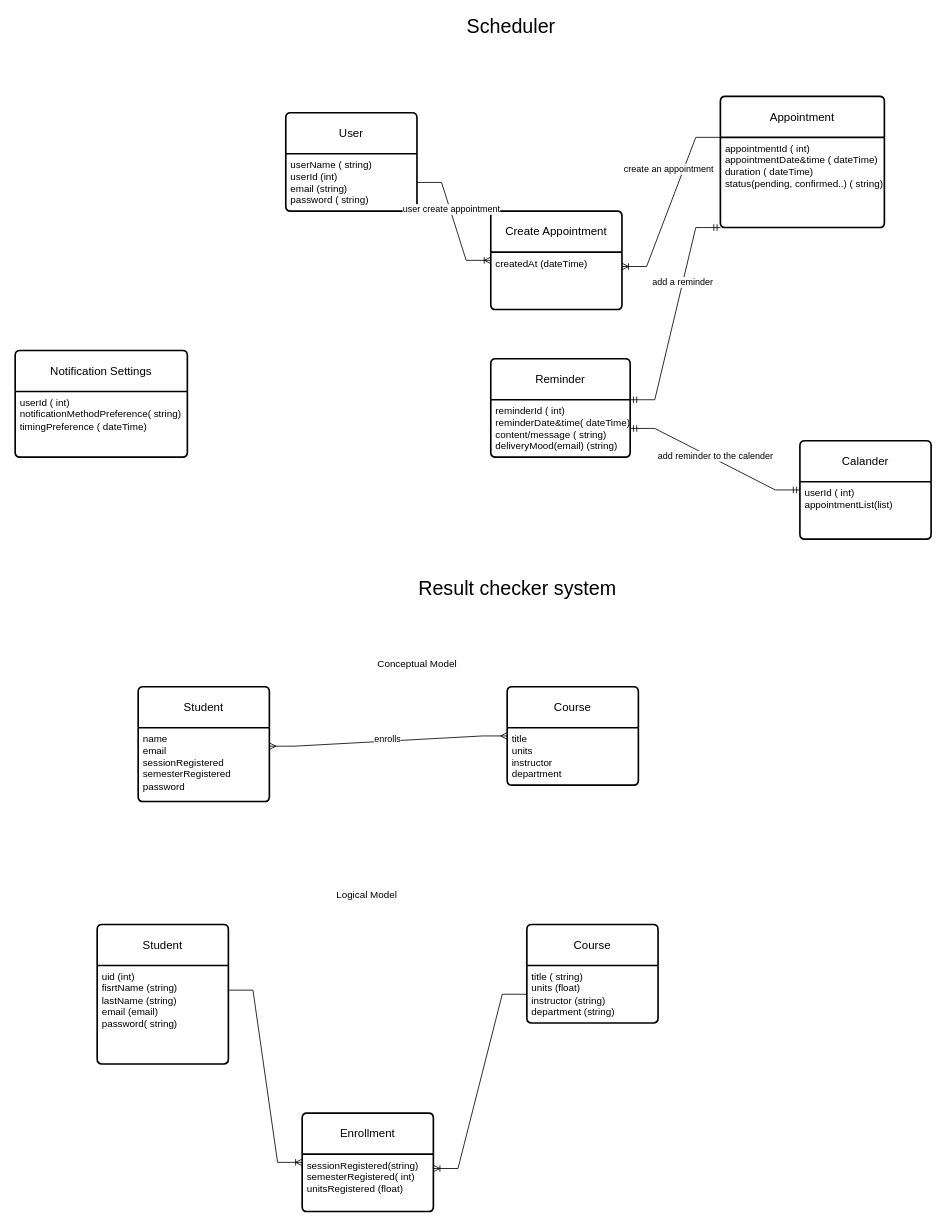
This is scheduler.drawio from mosnyik/scheduler, a draw.io file, before an edit. Source tidied: cells renumbered, new cells numbered last; positions are measured from the earlier drawing's top-left corner, leaving out a move shared by most shapes. Both pictures are drawn from the tidied source at 82%, with x=0, y=0 at pixel (15, 14).
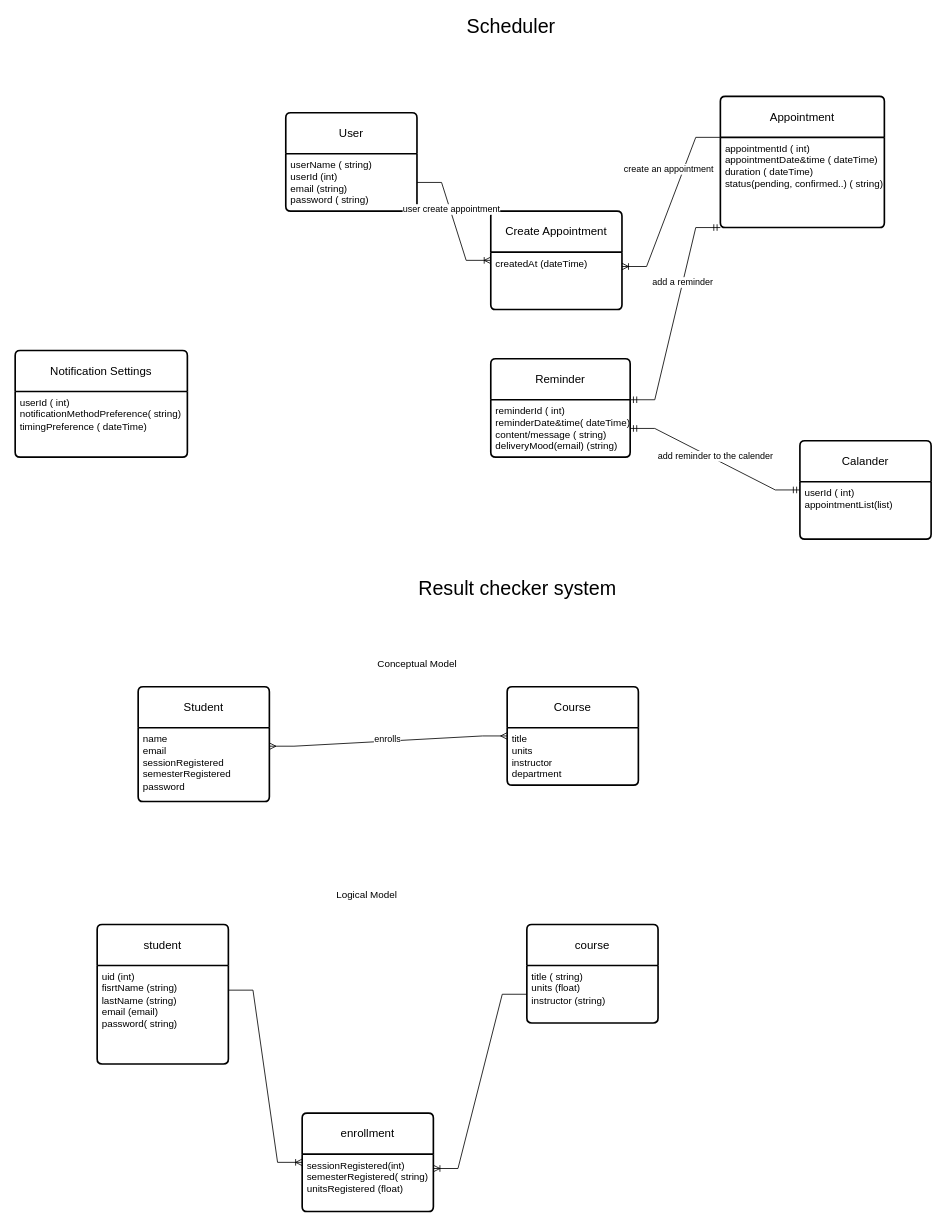
After the change.

Commit message:
Logical model update scheduler.drawio

Change to the diagram source:
```diff
@@
-    <mxCell id="32" value="Student" style="swimlane;horizontal=1;startSize=50;rounded=1;fontSize=14;fontStyle=0;strokeWidth=2;shadow=0;dashed=0;align=center;arcSize=4;whiteSpace=wrap;html=1;" parent="1" vertex="1">
+    <mxCell id="32" value="student" style="swimlane;horizontal=1;startSize=50;rounded=1;fontSize=14;fontStyle=0;strokeWidth=2;shadow=0;dashed=0;align=center;arcSize=4;whiteSpace=wrap;html=1;" parent="1" vertex="1">
       <mxGeometry x="100" y="1110" width="160" height="170" as="geometry" />
     </mxCell>
@@
-    <mxCell id="34" value="Course" style="swimlane;horizontal=1;startSize=50;rounded=1;fontSize=14;fontStyle=0;strokeWidth=2;shadow=0;dashed=0;align=center;arcSize=4;whiteSpace=wrap;html=1;" parent="1" vertex="1">
+    <mxCell id="34" value="course" style="swimlane;horizontal=1;startSize=50;rounded=1;fontSize=14;fontStyle=0;strokeWidth=2;shadow=0;dashed=0;align=center;arcSize=4;whiteSpace=wrap;html=1;" parent="1" vertex="1">
       <mxGeometry x="624" y="1110" width="160" height="120" as="geometry" />
     </mxCell>
-    <mxCell id="35" value="title ( string)&lt;br&gt;units (float)&lt;br&gt;instructor (string)&lt;br&gt;department (string)" style="align=left;strokeColor=none;fillColor=none;spacingLeft=4;fontSize=12;verticalAlign=top;html=1;" parent="34" vertex="1">
+    <mxCell id="35" value="title ( string)&lt;br&gt;units (float)&lt;br&gt;instructor (string)&lt;br&gt;" style="align=left;strokeColor=none;fillColor=none;spacingLeft=4;fontSize=12;verticalAlign=top;html=1;" parent="34" vertex="1">
       <mxGeometry y="50" width="160" height="70" as="geometry" />
     </mxCell>
-    <mxCell id="36" value="Enrollment" style="swimlane;horizontal=1;startSize=50;rounded=1;fontSize=14;fontStyle=0;strokeWidth=2;shadow=0;dashed=0;align=center;arcSize=4;whiteSpace=wrap;html=1;" parent="1" vertex="1">
+    <mxCell id="36" value="enrollment" style="swimlane;horizontal=1;startSize=50;rounded=1;fontSize=14;fontStyle=0;strokeWidth=2;shadow=0;dashed=0;align=center;arcSize=4;whiteSpace=wrap;html=1;" parent="1" vertex="1">
       <mxGeometry x="350" y="1340" width="160" height="120" as="geometry" />
     </mxCell>
-    <mxCell id="37" value="sessionRegistered(string)&lt;br style=&quot;border-color: var(--border-color);&quot;&gt;semesterRegistered( int)&lt;br&gt;unitsRegistered (float)" style="align=left;strokeColor=none;fillColor=none;spacingLeft=4;fontSize=12;verticalAlign=top;html=1;" parent="36" vertex="1">
+    <mxCell id="37" value="sessionRegistered(int)&lt;br style=&quot;border-color: var(--border-color);&quot;&gt;semesterRegistered( string)&lt;br&gt;unitsRegistered (float)" style="align=left;strokeColor=none;fillColor=none;spacingLeft=4;fontSize=12;verticalAlign=top;html=1;" parent="36" vertex="1">
       <mxGeometry y="50" width="160" height="70" as="geometry" />
     </mxCell>
```
